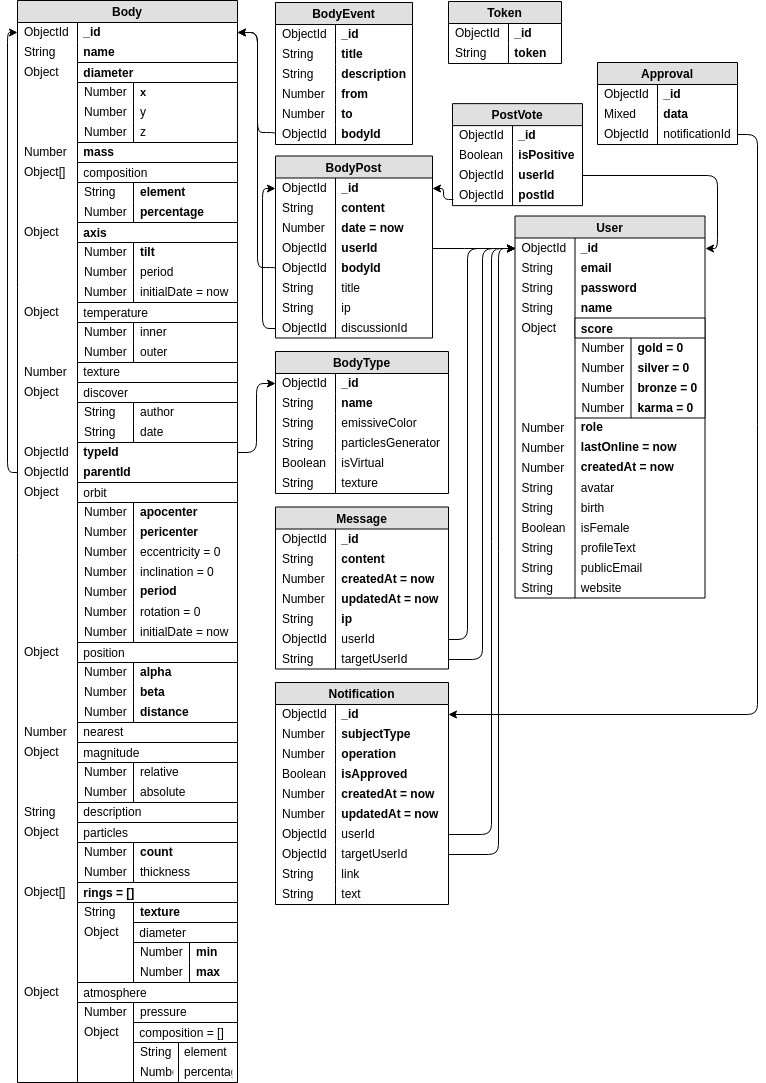
Above: docs/Images/DB.png in michalstruna/universis (draw.io), before the change. Source tidied: cells renumbered, new cells last; positions are measured from the earlier drawing's top-left corner, leaving out a move shared by most shapes.
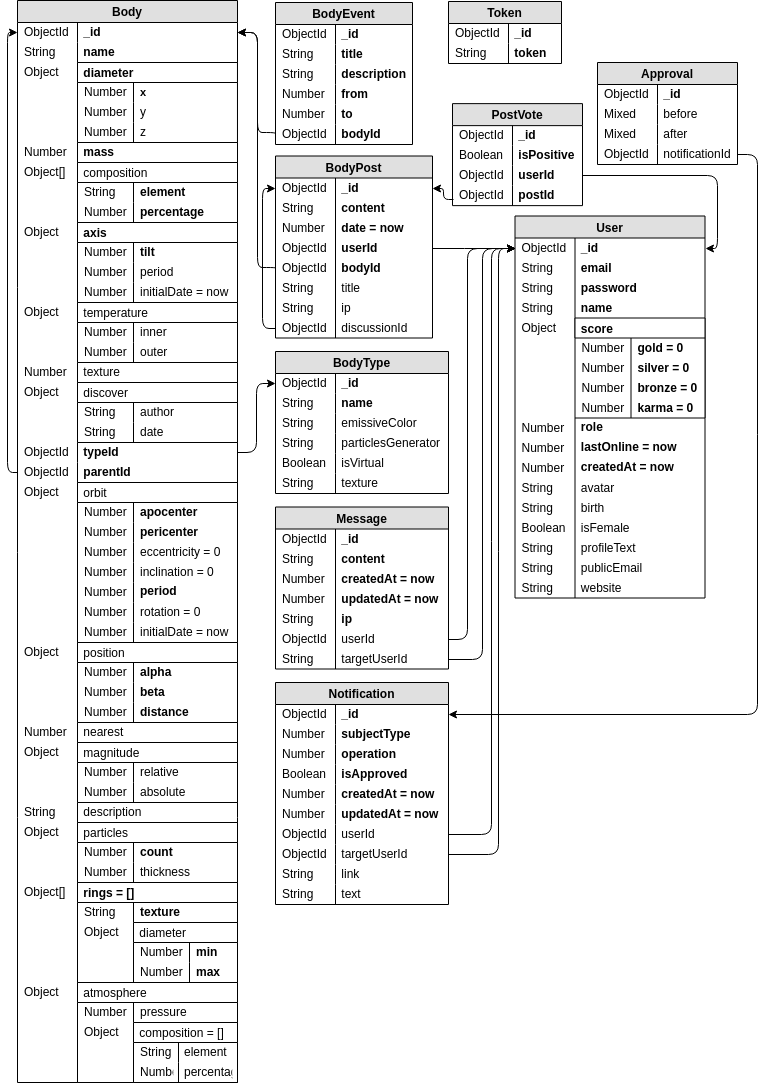
The same diagram one commit later.

The edit, as a diff of the source:
```diff
@@ -732,7 +732,7 @@
       </mxGeometry>
     </mxCell>
     <mxCell id="237" value="Approval" style="swimlane;fontStyle=1;horizontal=1;startSize=22;fillColor=#e0e0e0;swimlaneFillColor=#ffffff;align=center;fontSize=12;verticalAlign=middle;spacing=2;" parent="1" vertex="1">
-      <mxGeometry x="590" y="62" width="140" height="82" as="geometry" />
+      <mxGeometry x="590" y="62" width="140" height="102" as="geometry" />
     </mxCell>
     <mxCell id="238" value=" _id" style="shape=partialRectangle;top=0;left=0;right=0;bottom=0;align=left;verticalAlign=middle;fillColor=none;spacingLeft=60;spacingRight=4;overflow=hidden;fontSize=12;fontStyle=1;spacing=2;" parent="237" vertex="1">
       <mxGeometry y="22" width="140" height="20" as="geometry" />
@@ -740,14 +740,20 @@
     <mxCell id="239" value="ObjectId" style="shape=partialRectangle;fontStyle=0;top=0;left=0;bottom=0;fillColor=none;align=left;verticalAlign=middle;spacingLeft=4;spacingRight=4;overflow=hidden;fontSize=12;spacing=2;" parent="238" vertex="1">
       <mxGeometry width="60" height="20" as="geometry" />
     </mxCell>
-    <mxCell id="240" value=" data" style="shape=partialRectangle;top=0;left=0;right=0;bottom=0;align=left;verticalAlign=middle;fillColor=none;spacingLeft=60;spacingRight=4;overflow=hidden;fontSize=12;fontStyle=1;spacing=2;" parent="237" vertex="1">
+    <mxCell id="240" value=" before" style="shape=partialRectangle;top=0;left=0;right=0;bottom=0;align=left;verticalAlign=middle;fillColor=none;spacingLeft=60;spacingRight=4;overflow=hidden;fontSize=12;fontStyle=0;spacing=2;" parent="237" vertex="1">
       <mxGeometry y="42" width="140" height="20" as="geometry" />
     </mxCell>
     <mxCell id="241" value="Mixed" style="shape=partialRectangle;fontStyle=0;top=0;left=0;bottom=0;fillColor=none;align=left;verticalAlign=middle;spacingLeft=4;spacingRight=4;overflow=hidden;fontSize=12;spacing=2;" parent="240" vertex="1">
       <mxGeometry width="60" height="20" as="geometry" />
     </mxCell>
+    <mxCell id="273" value=" after" style="shape=partialRectangle;top=0;left=0;right=0;bottom=0;align=left;verticalAlign=middle;fillColor=none;spacingLeft=60;spacingRight=4;overflow=hidden;fontSize=12;fontStyle=0;spacing=2;" parent="237" vertex="1">
+      <mxGeometry y="62" width="140" height="20" as="geometry" />
+    </mxCell>
+    <mxCell id="274" value="Mixed" style="shape=partialRectangle;fontStyle=0;top=0;left=0;bottom=0;fillColor=none;align=left;verticalAlign=middle;spacingLeft=4;spacingRight=4;overflow=hidden;fontSize=12;spacing=2;" parent="273" vertex="1">
+      <mxGeometry width="60" height="20" as="geometry" />
+    </mxCell>
     <mxCell id="242" value=" notificationId" style="shape=partialRectangle;top=0;left=0;right=0;bottom=0;align=left;verticalAlign=middle;fillColor=none;spacingLeft=60;spacingRight=4;overflow=hidden;points=[[0,0.5],[1,0.5]];portConstraint=eastwest;fontSize=12;fontStyle=0;spacing=2;" parent="237" vertex="1">
-      <mxGeometry y="62" width="140" height="20" as="geometry" />
+      <mxGeometry y="82" width="140" height="20" as="geometry" />
     </mxCell>
     <mxCell id="243" value="ObjectId" style="shape=partialRectangle;fontStyle=0;top=0;left=0;bottom=0;fillColor=none;align=left;verticalAlign=middle;spacingLeft=4;spacingRight=4;overflow=hidden;fontSize=12;spacing=2;" parent="242" vertex="1">
       <mxGeometry width="60" height="20" as="geometry" />
```
